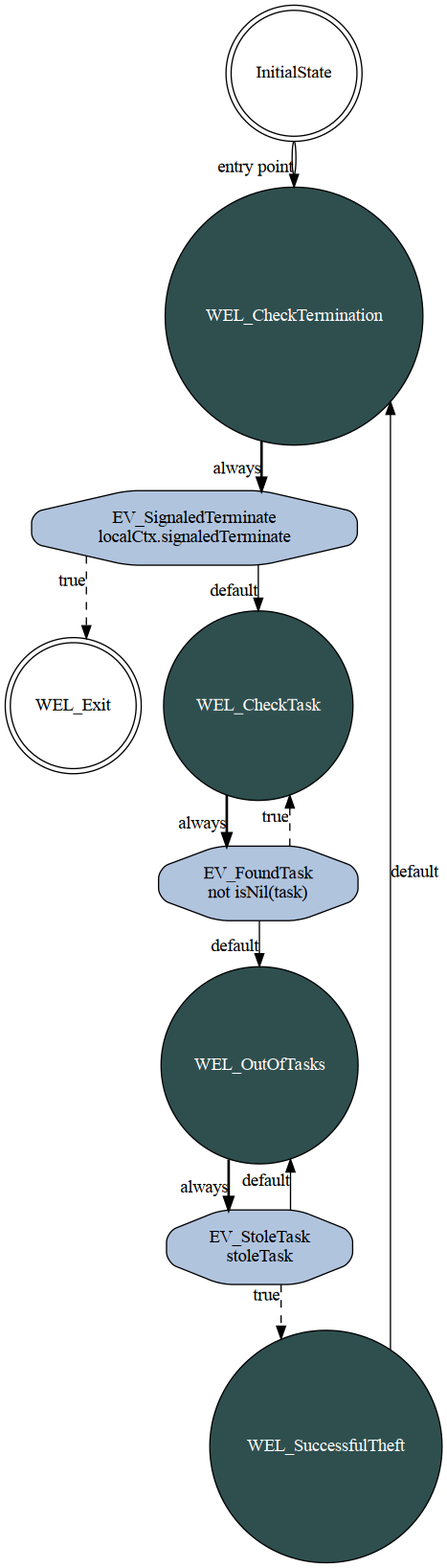
mratsim/weave keeps this Graphviz diagram as weave/state_machines/event_loop.png. Above is the earlier version. Its source is kept beside it as weave/state_machines/event_loop.dot.
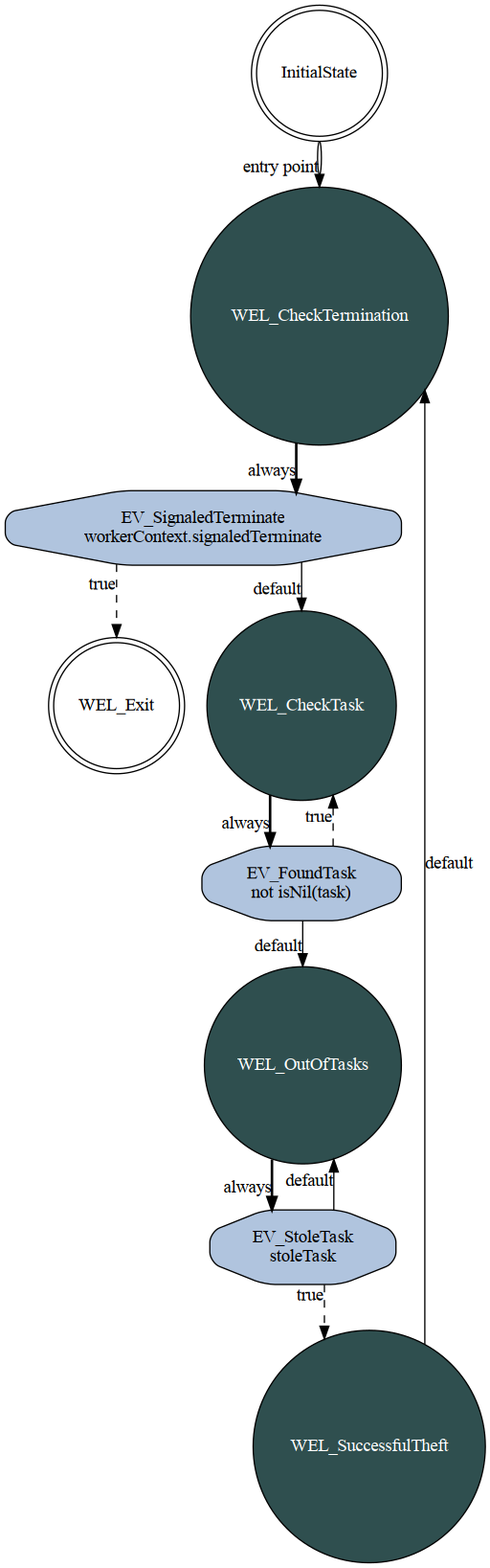
After the commit.

The edit, as a diff of the source:
```diff
@@ -6,7 +6,7 @@
     node [shape = octagon, fontcolor=black, fillcolor=lightsteelblue, style="rounded,filled"]; WEL_CheckTask_EV_FoundTask WEL_OutOfTasks_EV_StoleTask WEL_CheckTermination_EV_SignaledTerminate ;
     WEL_CheckTask_EV_FoundTask [label="EV_FoundTask\nnot isNil(task)"];
     WEL_OutOfTasks_EV_StoleTask [label="EV_StoleTask\nstoleTask"];
-    WEL_CheckTermination_EV_SignaledTerminate [label="EV_SignaledTerminate\nlocalCtx.signaledTerminate"];
+    WEL_CheckTermination_EV_SignaledTerminate [label="EV_SignaledTerminate\nworkerContext.signaledTerminate"];
     WEL_CheckTask -> WEL_CheckTask_EV_FoundTask[style=bold, xlabel="always"];
     WEL_CheckTask_EV_FoundTask -> WEL_CheckTask [style=dashed, xlabel="true"];
     WEL_CheckTask_EV_FoundTask -> WEL_OutOfTasks [xlabel="default"];
```
